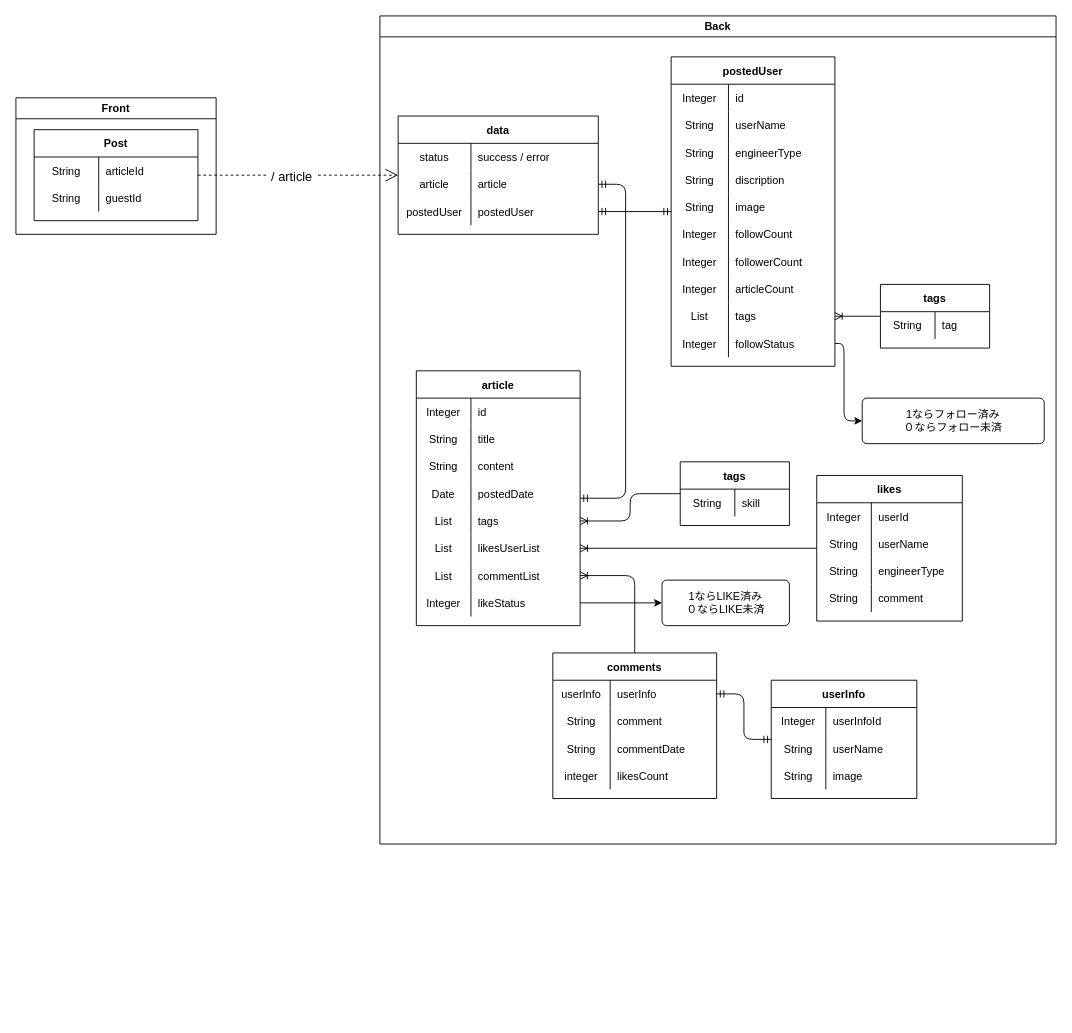
Earlier version of the draw.io diagram page "[表示]記事詳細" (5 of 17) of Designs/基本設計.drawio (yusuke-rakus/Qiish). Source tidied: cells renumbered, new cells numbered last; positions are measured from the earlier drawing's top-left corner, leaving out a move shared by most shapes. Both pictures are drawn from the tidied source at 91%, with x=0, y=0 at pixel (15, 15).
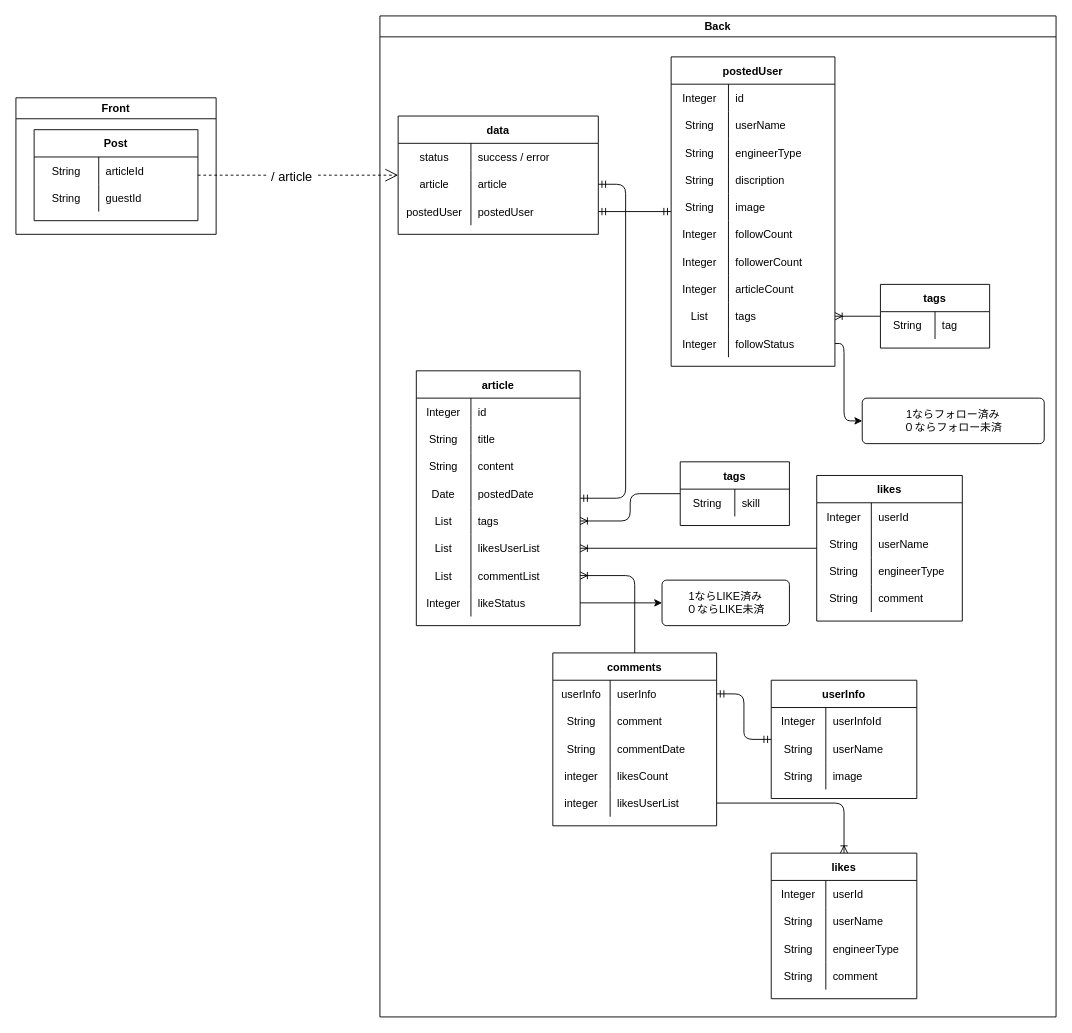
The same page after the edit.

Commit message:
基本設計の修正

What changed in the source:
```diff
@@
     <mxCell id="10" value="Back" style="swimlane;" parent="1" vertex="1">
-      <mxGeometry x="400" width="743" height="910" as="geometry" />
+      <mxGeometry x="400" width="743" height="1100" as="geometry" />
     </mxCell>
@@
     <mxCell id="25" value="comments" style="shape=table;startSize=30;childLayout=tableLayout;rowLines=0;fontStyle=1;align=center;" parent="10" vertex="1">
-      <mxGeometry x="190" y="700" width="180" height="160" as="geometry" />
+      <mxGeometry x="190" y="700" width="180" height="190" as="geometry" />
     </mxCell>
@@
+    <mxCell id="134" style="shape=partialRectangle;fillColor=none;top=0;left=0;bottom=0;right=0;points=[[0,0.5],[1,0.5]];portConstraint=eastwest;" parent="25" vertex="1">
+      <mxGeometry y="150" width="180" height="30" as="geometry" />
+    </mxCell>
+    <mxCell id="135" value="integer" style="shape=partialRectangle;fillColor=none;top=0;left=0;bottom=0;right=0;overflow=hidden;" parent="134" vertex="1">
+      <mxGeometry width="63" height="30" as="geometry" />
+    </mxCell>
+    <mxCell id="136" value="likesUserList" style="shape=partialRectangle;fillColor=none;top=0;left=0;bottom=0;right=0;align=left;spacingLeft=6;overflow=hidden;" parent="134" vertex="1">
+      <mxGeometry x="63" width="117" height="30" as="geometry" />
+    </mxCell>
@@
+    <mxCell id="137" value="likes" style="shape=table;startSize=30;childLayout=tableLayout;rowLines=0;fontStyle=1;align=center;" parent="10" vertex="1">
+      <mxGeometry x="430" y="920" width="160" height="160" as="geometry" />
+    </mxCell>
+    <mxCell id="138" style="shape=partialRectangle;fillColor=none;top=0;left=0;bottom=0;right=0;" parent="137" vertex="1">
+      <mxGeometry y="30" width="160" height="30" as="geometry" />
+    </mxCell>
+    <mxCell id="139" value="Integer" style="shape=partialRectangle;fillColor=none;top=0;left=0;bottom=0;right=0;overflow=hidden;" parent="138" vertex="1">
+      <mxGeometry width="60" height="30" as="geometry" />
+    </mxCell>
+    <mxCell id="140" value="userId" style="shape=partialRectangle;fillColor=none;top=0;left=0;bottom=0;right=0;align=left;spacingLeft=6;overflow=hidden;" parent="138" vertex="1">
+      <mxGeometry x="60" width="100" height="30" as="geometry" />
+    </mxCell>
+    <mxCell id="141" style="shape=partialRectangle;fillColor=none;top=0;left=0;bottom=0;right=0;" parent="137" vertex="1">
+      <mxGeometry y="60" width="160" height="30" as="geometry" />
+    </mxCell>
+    <mxCell id="142" value="String" style="shape=partialRectangle;fillColor=none;top=0;left=0;bottom=0;right=0;overflow=hidden;" parent="141" vertex="1">
+      <mxGeometry width="60" height="30" as="geometry" />
+    </mxCell>
+    <mxCell id="143" value="userName" style="shape=partialRectangle;fillColor=none;top=0;left=0;bottom=0;right=0;align=left;spacingLeft=6;overflow=hidden;" parent="141" vertex="1">
+      <mxGeometry x="60" width="100" height="30" as="geometry" />
+    </mxCell>
+    <mxCell id="144" style="shape=partialRectangle;fillColor=none;top=0;left=0;bottom=0;right=0;" parent="137" vertex="1">
+      <mxGeometry y="90" width="160" height="30" as="geometry" />
+    </mxCell>
+    <mxCell id="145" value="String" style="shape=partialRectangle;fillColor=none;top=0;left=0;bottom=0;right=0;overflow=hidden;" parent="144" vertex="1">
+      <mxGeometry width="60" height="30" as="geometry" />
+    </mxCell>
+    <mxCell id="146" value="engineerType" style="shape=partialRectangle;fillColor=none;top=0;left=0;bottom=0;right=0;align=left;spacingLeft=6;overflow=hidden;" parent="144" vertex="1">
+      <mxGeometry x="60" width="100" height="30" as="geometry" />
+    </mxCell>
+    <mxCell id="147" style="shape=partialRectangle;fillColor=none;top=0;left=0;bottom=0;right=0;" parent="137" vertex="1">
+      <mxGeometry y="120" width="160" height="30" as="geometry" />
+    </mxCell>
+    <mxCell id="148" value="String" style="shape=partialRectangle;fillColor=none;top=0;left=0;bottom=0;right=0;overflow=hidden;" parent="147" vertex="1">
+      <mxGeometry width="60" height="30" as="geometry" />
+    </mxCell>
+    <mxCell id="149" value="comment" style="shape=partialRectangle;fillColor=none;top=0;left=0;bottom=0;right=0;align=left;spacingLeft=6;overflow=hidden;" parent="147" vertex="1">
+      <mxGeometry x="60" width="100" height="30" as="geometry" />
+    </mxCell>
+    <mxCell id="150" style="edgeStyle=orthogonalEdgeStyle;fontSize=12;html=1;endArrow=ERoneToMany;exitX=1;exitY=0.5;exitDx=0;exitDy=0;" parent="10" edge="1" source="134" target="137">
+      <mxGeometry relative="1" as="geometry" />
+    </mxCell>
```
